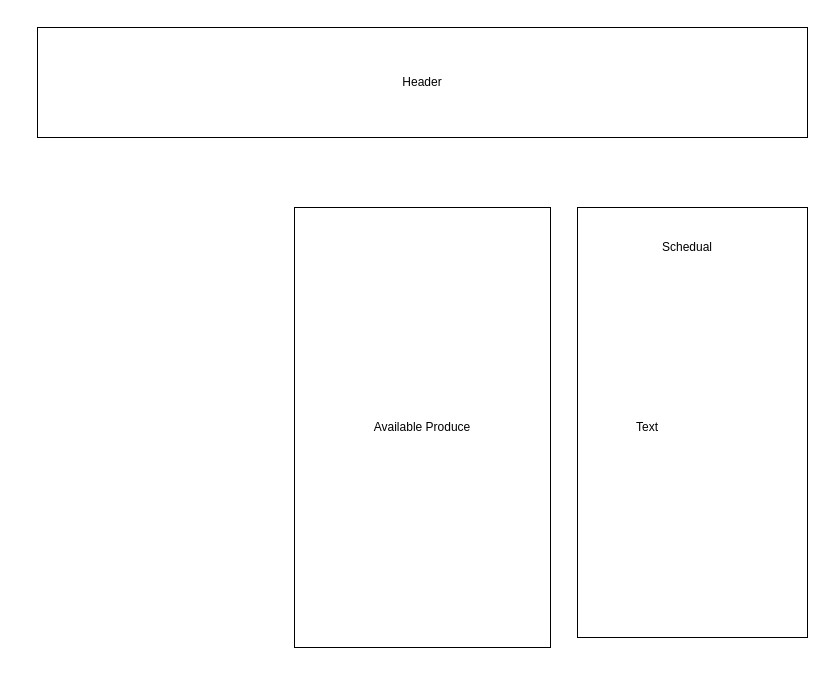
Earlier version of the draw.io diagram Untitled Diagram.drawio (murphynd/FarmersMarket). Source tidied: cells renumbered, new cells numbered last; positions are measured from the earlier drawing's top-left corner, leaving out a move shared by most shapes. Both pictures are drawn from the tidied source at 100%, with x=0, y=0 at pixel (37, 27).
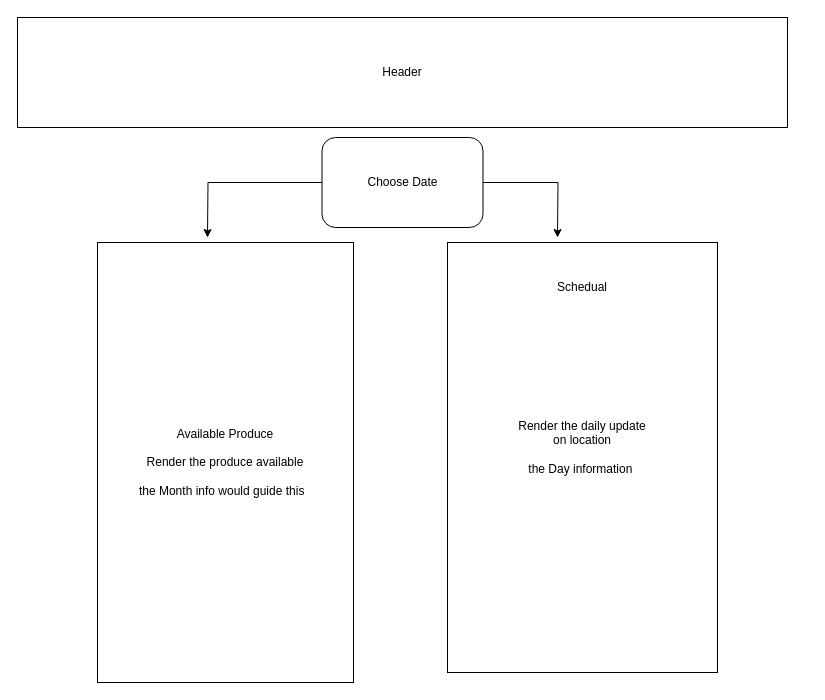
Above is the later version.

Diff of the diagram source:
```diff
@@
 <mxGraphModel>
   <root>
     <mxCell id="0" />
     <mxCell id="1" parent="0" />
     <mxCell id="2" value="Header" style="rounded=0;whiteSpace=wrap;html=1;" parent="1" vertex="1">
-      <mxGeometry width="770" height="110" as="geometry" />
+      <mxGeometry x="-20" y="-10" width="770" height="110" as="geometry" />
     </mxCell>
     <mxCell id="3" value="Text" style="text;html=1;strokeColor=none;fillColor=none;align=center;verticalAlign=middle;whiteSpace=wrap;rounded=0;" parent="1" vertex="1">
       <mxGeometry x="590" y="350" width="40" height="20" as="geometry" />
     </mxCell>
     <mxCell id="4" style="rounded=0;whiteSpace=wrap;html=1;" parent="1" vertex="1">
-      <mxGeometry x="540" y="180" width="230" height="430" as="geometry" />
+      <mxGeometry x="410" y="215" width="270" height="430" as="geometry" />
     </mxCell>
     <mxCell id="5" value="Schedual" style="text;html=1;strokeColor=none;fillColor=none;align=center;verticalAlign=middle;whiteSpace=wrap;rounded=0;" parent="1" vertex="1">
-      <mxGeometry x="630" y="210" width="40" height="20" as="geometry" />
+      <mxGeometry x="525" y="250" width="40" height="20" as="geometry" />
     </mxCell>
-    <mxCell id="6" value="Available Produce" style="rounded=0;whiteSpace=wrap;html=1;" parent="1" vertex="1">
-      <mxGeometry x="257" y="180" width="256" height="440" as="geometry" />
+    <mxCell id="6" value="Available Produce&lt;br&gt;&lt;br&gt;Render the produce available&lt;br&gt;&lt;br&gt;the Month info would guide this&amp;nbsp;&amp;nbsp;" style="rounded=0;whiteSpace=wrap;html=1;" parent="1" vertex="1">
+      <mxGeometry x="60" y="215" width="256" height="440" as="geometry" />
     </mxCell>
-    <mxCell id="7" value="Text" style="text;html=1;strokeColor=none;fillColor=none;align=center;verticalAlign=middle;whiteSpace=wrap;rounded=0;" parent="1" vertex="1">
-      <mxGeometry x="590" y="390" width="40" height="20" as="geometry" />
+    <mxCell id="7" value="Render the daily update on location&lt;br&gt;&lt;br&gt;the Day information&amp;nbsp;" style="text;html=1;strokeColor=none;fillColor=none;align=center;verticalAlign=middle;whiteSpace=wrap;rounded=0;" parent="1" vertex="1">
+      <mxGeometry x="480" y="360" width="130" height="120" as="geometry" />
     </mxCell>
+    <mxCell id="8" style="edgeStyle=orthogonalEdgeStyle;rounded=0;jettySize=auto;html=1;" parent="1" edge="1" source="10">
+      <mxGeometry relative="1" as="geometry">
+        <mxPoint x="520" y="210" as="targetPoint" />
+      </mxGeometry>
+    </mxCell>
+    <mxCell id="9" style="edgeStyle=orthogonalEdgeStyle;rounded=0;jettySize=auto;html=1;" parent="1" edge="1" source="10">
+      <mxGeometry relative="1" as="geometry">
+        <mxPoint x="170" y="210" as="targetPoint" />
+      </mxGeometry>
+    </mxCell>
+    <mxCell id="10" value="Choose Date" style="rounded=1;whiteSpace=wrap;html=1;" parent="1" vertex="1">
+      <mxGeometry x="284.5" y="110" width="161" height="90" as="geometry" />
+    </mxCell>
   </root>
 </mxGraphModel>
```
